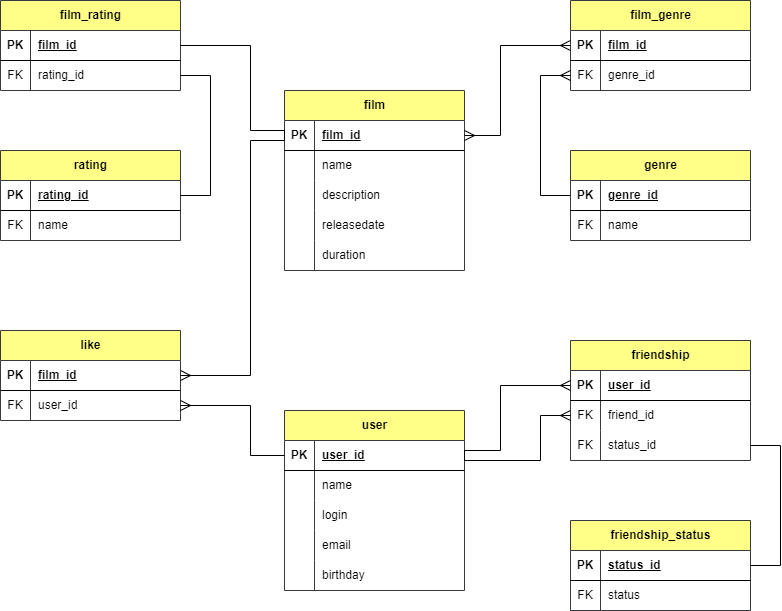
Earlier version of the draw.io export database_model.png (DmitriyKorokhov/java-filmorate). Source tidied: cells renumbered, new cells last; positions are measured from the earlier drawing's top-left corner, leaving out a move shared by most shapes.
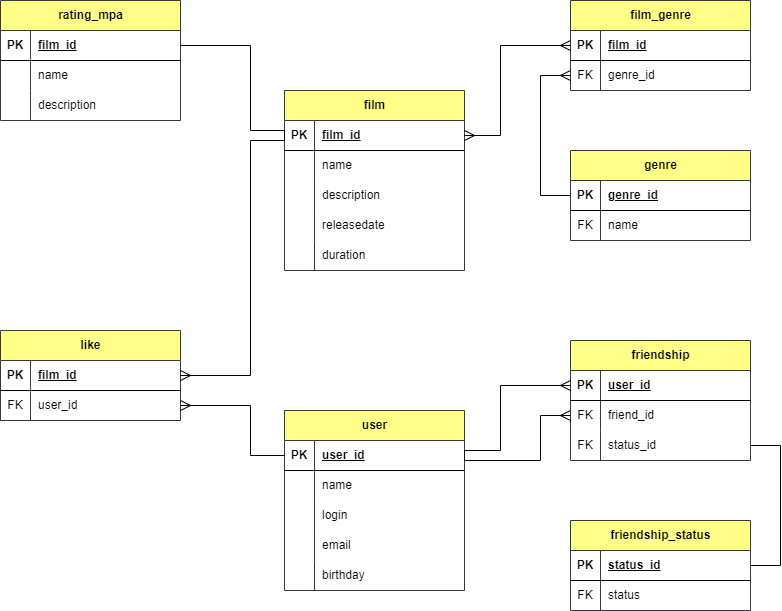
The same file after the commit.

Change to the diagram source:
```diff
@@ -108,8 +108,8 @@
         </Array>
       </mxGeometry>
     </mxCell>
-    <mxCell id="34" value="film_rating" style="shape=table;startSize=30;rowLines=0;fontStyle=1;align=center;html=1;fillColor=#ffff88;strokeColor=#36393d;" parent="1" vertex="1">
-      <mxGeometry width="180" height="90" as="geometry" />
+    <mxCell id="34" value="rating_mpa" style="shape=table;startSize=30;rowLines=0;fontStyle=1;align=center;html=1;fillColor=#ffff88;strokeColor=#36393d;" parent="1" vertex="1">
+      <mxGeometry width="180" height="120" as="geometry" />
     </mxCell>
     <mxCell id="35" style="shape=tableRow;horizontal=0;startSize=0;swimlaneHead=0;swimlaneBody=0;fillColor=none;points=[[0,0.5],[1,0.5]];portConstraint=eastwest;top=0;left=0;right=0;bottom=1;" parent="34" vertex="1">
       <mxGeometry y="30" width="180" height="30" as="geometry" />
@@ -123,33 +123,21 @@
     <mxCell id="38" style="shape=tableRow;horizontal=0;startSize=0;swimlaneHead=0;swimlaneBody=0;fillColor=none;points=[[0,0.5],[1,0.5]];portConstraint=eastwest;top=0;left=0;right=0;bottom=0;" parent="34" vertex="1">
       <mxGeometry y="60" width="180" height="30" as="geometry" />
     </mxCell>
-    <mxCell id="39" value="FK" style="shape=partialRectangle;fillColor=none;top=0;left=0;bottom=0;right=0;overflow=hidden;whiteSpace=wrap;html=1;" parent="38" vertex="1">
+    <mxCell id="39" style="shape=partialRectangle;fillColor=none;top=0;left=0;bottom=0;right=0;overflow=hidden;whiteSpace=wrap;html=1;" parent="38" vertex="1">
       <mxGeometry width="30" height="30" as="geometry" />
     </mxCell>
-    <mxCell id="40" value="rating_id" style="shape=partialRectangle;fillColor=none;top=0;left=0;bottom=0;right=0;align=left;spacingLeft=6;overflow=hidden;whiteSpace=wrap;html=1;" parent="38" vertex="1">
+    <mxCell id="40" value="name" style="shape=partialRectangle;fillColor=none;top=0;left=0;bottom=0;right=0;align=left;spacingLeft=6;overflow=hidden;whiteSpace=wrap;html=1;" parent="38" vertex="1">
       <mxGeometry x="30" width="150" height="30" as="geometry" />
     </mxCell>
-    <mxCell id="41" value="rating" style="shape=table;startSize=30;rowLines=0;fontStyle=1;align=center;html=1;fillColor=#ffff88;strokeColor=#36393d;" parent="1" vertex="1">
-      <mxGeometry y="150" width="180" height="90" as="geometry" />
-    </mxCell>
-    <mxCell id="42" style="shape=tableRow;horizontal=0;startSize=0;swimlaneHead=0;swimlaneBody=0;fillColor=none;points=[[0,0.5],[1,0.5]];portConstraint=eastwest;top=0;left=0;right=0;bottom=1;" parent="41" vertex="1">
-      <mxGeometry y="30" width="180" height="30" as="geometry" />
-    </mxCell>
-    <mxCell id="43" value="PK" style="shape=partialRectangle;fillColor=none;top=0;left=0;bottom=0;right=0;fontStyle=1;overflow=hidden;whiteSpace=wrap;html=1;" parent="42" vertex="1">
-      <mxGeometry width="30" height="30" as="geometry" />
-    </mxCell>
-    <mxCell id="44" value="rating_id" style="shape=partialRectangle;fillColor=none;top=0;left=0;bottom=0;right=0;align=left;spacingLeft=6;fontStyle=5;overflow=hidden;whiteSpace=wrap;html=1;" parent="42" vertex="1">
-      <mxGeometry x="30" width="150" height="30" as="geometry" />
-    </mxCell>
-    <mxCell id="45" style="shape=tableRow;horizontal=0;startSize=0;swimlaneHead=0;swimlaneBody=0;fillColor=none;top=0;left=0;right=0;bottom=0;" parent="41" vertex="1">
-      <mxGeometry y="60" width="180" height="30" as="geometry" />
-    </mxCell>
-    <mxCell id="46" value="FK" style="shape=partialRectangle;fillColor=none;top=0;left=0;bottom=0;right=0;overflow=hidden;whiteSpace=wrap;html=1;" parent="45" vertex="1">
-      <mxGeometry width="30" height="30" as="geometry" />
-    </mxCell>
-    <mxCell id="47" value="name" style="shape=partialRectangle;fillColor=none;top=0;left=0;bottom=0;right=0;align=left;spacingLeft=6;overflow=hidden;whiteSpace=wrap;html=1;" parent="45" vertex="1">
-      <mxGeometry x="30" width="150" height="30" as="geometry" />
-    </mxCell>
+    <mxCell id="95" style="shape=tableRow;horizontal=0;startSize=0;swimlaneHead=0;swimlaneBody=0;fillColor=none;top=0;left=0;right=0;bottom=0;" parent="34" vertex="1">
+      <mxGeometry y="90" width="180" height="30" as="geometry" />
+    </mxCell>
+    <mxCell id="96" style="shape=partialRectangle;fillColor=none;top=0;left=0;bottom=0;right=0;overflow=hidden;whiteSpace=wrap;html=1;" parent="95" vertex="1">
+      <mxGeometry width="30" height="30" as="geometry" />
+    </mxCell>
+    <mxCell id="97" value="description" style="shape=partialRectangle;fillColor=none;top=0;left=0;bottom=0;right=0;align=left;spacingLeft=6;overflow=hidden;whiteSpace=wrap;html=1;" parent="95" vertex="1">
+      <mxGeometry x="30" width="150" height="30" as="geometry" />
+    </mxCell>
     <mxCell id="48" style="endArrow=none;html=1;rounded=0;fontSize=12;startSize=8;endSize=8;exitX=1;exitY=0.5;exitDx=0;exitDy=0;entryX=0;entryY=0.5;entryDx=0;entryDy=0;edgeStyle=orthogonalEdgeStyle;" parent="1" edge="1" source="35" target="3">
       <mxGeometry relative="1" as="geometry">
         <Array as="points">
@@ -159,14 +147,6 @@
         </Array>
       </mxGeometry>
     </mxCell>
-    <mxCell id="49" style="endArrow=none;html=1;rounded=0;fontSize=12;startSize=8;endSize=8;exitX=1;exitY=0.5;exitDx=0;exitDy=0;entryX=1;entryY=0.5;entryDx=0;entryDy=0;edgeStyle=orthogonalEdgeStyle;" parent="1" edge="1" source="38" target="42">
-      <mxGeometry relative="1" as="geometry">
-        <Array as="points">
-          <mxPoint x="210" y="75" />
-          <mxPoint x="210" y="195" />
-        </Array>
-      </mxGeometry>
-    </mxCell>
     <mxCell id="50" value="user" style="shape=table;startSize=30;rowLines=0;fontStyle=1;align=center;html=1;fillColor=#ffff88;strokeColor=#36393d;" parent="1" vertex="1">
       <mxGeometry x="284" y="410" width="180" height="180" as="geometry" />
     </mxCell>
```
